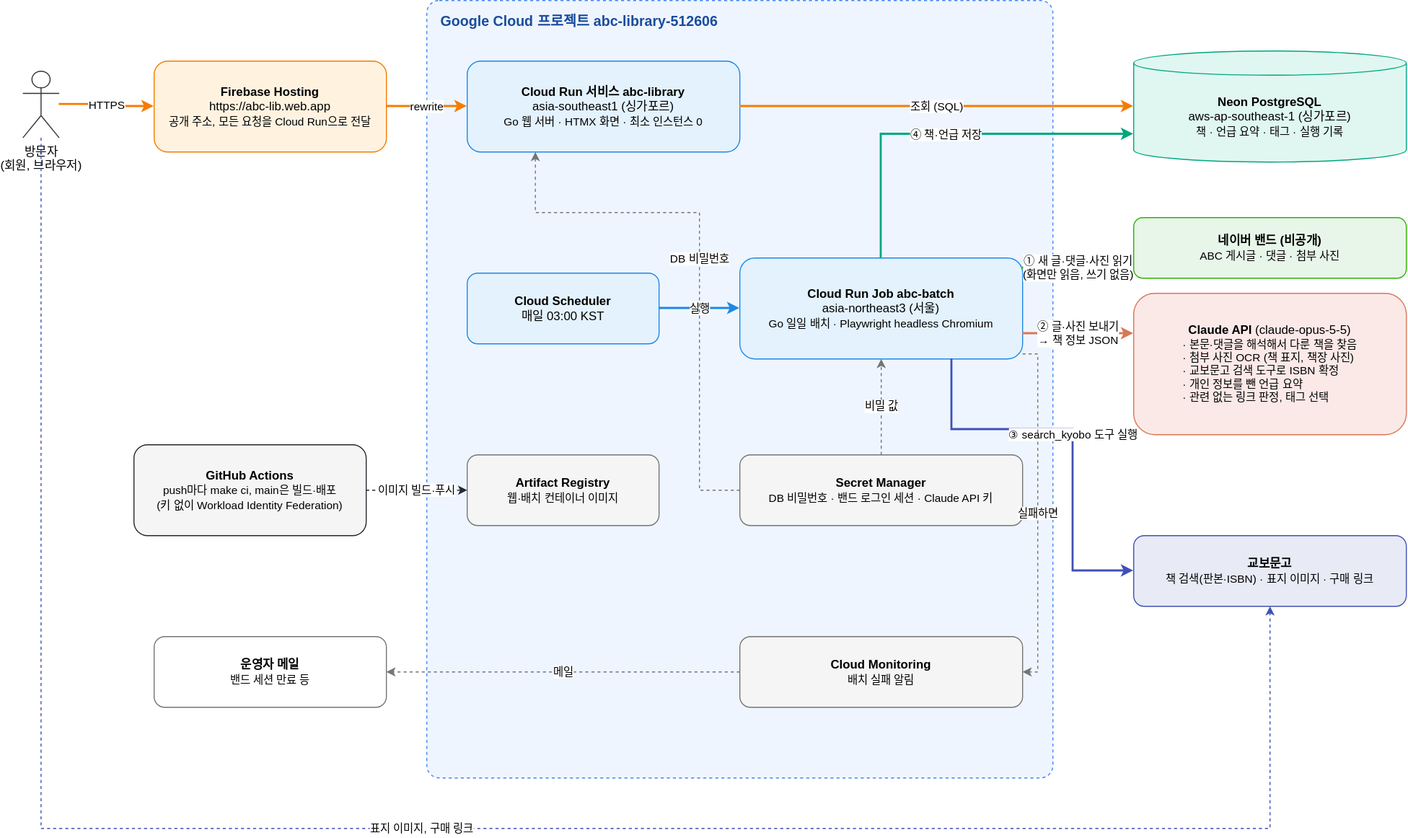
Before: docs/architecture.drawio.svg, a diagram exported from draw.io (yonsei-alumni/abc-library). Source tidied: cells renumbered, new cells last; positions are measured from the earlier drawing's top-left corner, leaving out a move shared by most shapes.
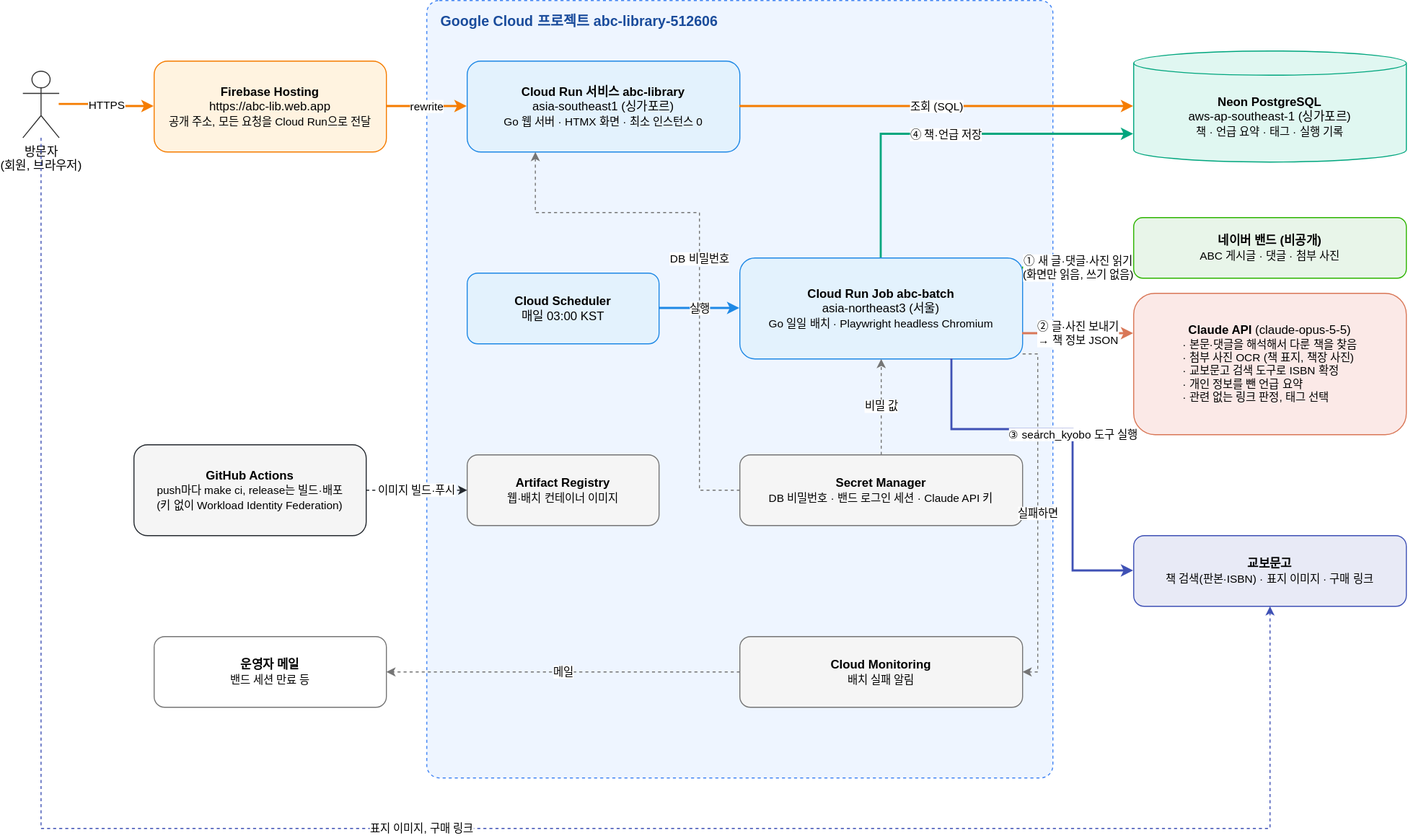
The same diagram one commit later.

What changed in the source:
```diff
@@ -29,7 +29,7 @@
     <mxCell id="10" value="&lt;b&gt;Cloud Monitoring&lt;/b&gt;&lt;br&gt;&lt;font style=&quot;font-size:11px&quot;&gt;배치 실패 알림&lt;/font&gt;" style="rounded=1;whiteSpace=wrap;html=1;fillColor=#F5F5F5;strokeColor=#757575;fontSize=12;" parent="1" vertex="1">
       <mxGeometry x="710" y="630" width="280" height="70" as="geometry" />
     </mxCell>
-    <mxCell id="11" value="&lt;b&gt;GitHub Actions&lt;/b&gt;&lt;br&gt;&lt;font style=&quot;font-size:11px&quot;&gt;push마다 make ci, main은 빌드·배포&lt;br&gt;(키 없이 Workload Identity Federation)&lt;/font&gt;" style="rounded=1;whiteSpace=wrap;html=1;fillColor=#F5F5F5;strokeColor=#24292F;fontSize=12;" parent="1" vertex="1">
+    <mxCell id="11" value="&lt;b&gt;GitHub Actions&lt;/b&gt;&lt;br&gt;&lt;font style=&quot;font-size:11px&quot;&gt;push마다 make ci, release는 빌드·배포&lt;br&gt;(키 없이 Workload Identity Federation)&lt;/font&gt;" style="rounded=1;whiteSpace=wrap;html=1;fillColor=#F5F5F5;strokeColor=#24292F;fontSize=12;" parent="1" vertex="1">
       <mxGeometry x="110" y="440" width="230" height="90" as="geometry" />
     </mxCell>
     <mxCell id="12" value="&lt;b&gt;운영자 메일&lt;/b&gt;&lt;br&gt;&lt;font style=&quot;font-size:11px&quot;&gt;밴드 세션 만료 등&lt;/font&gt;" style="rounded=1;whiteSpace=wrap;html=1;fillColor=#FFFFFF;strokeColor=#757575;fontSize=12;" parent="1" vertex="1">
```
